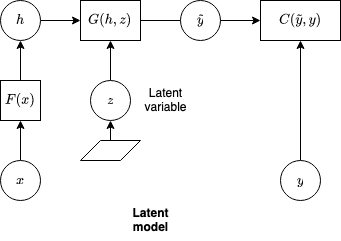
The draw.io diagram machine_learning/diagrams/latent_models.drawio.png in analytiq-hub/sigagent.github.io, before a commit. Source tidied: cells renumbered, new cells last; positions are measured from the earlier drawing's top-left corner, leaving out a move shared by most shapes.
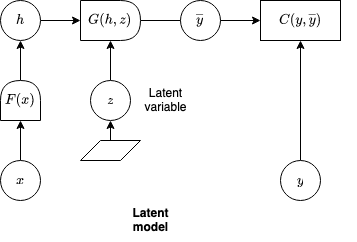
Later version of the same file.

Change to the diagram source:
```diff
@@ -2,8 +2,10 @@
   <root>
     <mxCell id="0" />
     <mxCell id="1" parent="0" />
-    <mxCell id="2" style="edgeStyle=orthogonalEdgeStyle;rounded=0;jettySize=auto;html=1;exitX=0.5;exitY=0;exitDx=0;exitDy=0;entryX=0.5;entryY=1;entryDx=0;entryDy=0;" parent="1" edge="1" source="3" target="9">
-      <mxGeometry relative="1" as="geometry" />
+    <mxCell id="2" style="edgeStyle=orthogonalEdgeStyle;rounded=0;jettySize=auto;html=1;exitX=0.5;exitY=0;exitDx=0;exitDy=0;entryX=0.5;entryY=1;entryDx=0;entryDy=0;" parent="1" edge="1" source="3">
+      <mxGeometry relative="1" as="geometry">
+        <mxPoint x="20" y="120" as="targetPoint" />
+      </mxGeometry>
     </mxCell>
     <mxCell id="3" value="$$x$$" style="ellipse;whiteSpace=wrap;html=1;" parent="1" vertex="1">
       <mxGeometry y="160" width="40" height="40" as="geometry" />
@@ -23,36 +25,38 @@
     <mxCell id="7" value="&lt;div&gt;&lt;b&gt;Latent&lt;/b&gt;&lt;/div&gt;&lt;div&gt;&lt;b&gt;model&lt;/b&gt;&lt;br&gt;&lt;/div&gt;" style="text;html=1;align=center;verticalAlign=middle;strokeColor=none;fillColor=none;" parent="1" vertex="1">
       <mxGeometry x="120" y="200" width="60" height="40" as="geometry" />
     </mxCell>
-    <mxCell id="8" style="edgeStyle=orthogonalEdgeStyle;rounded=0;jettySize=auto;html=1;exitX=0.5;exitY=0;exitDx=0;exitDy=0;entryX=0.5;entryY=1;entryDx=0;entryDy=0;" parent="1" edge="1" source="9" target="12">
-      <mxGeometry relative="1" as="geometry" />
+    <mxCell id="8" style="edgeStyle=orthogonalEdgeStyle;rounded=0;jettySize=auto;html=1;exitX=0.5;exitY=0;exitDx=0;exitDy=0;entryX=0.5;entryY=1;entryDx=0;entryDy=0;" parent="1" edge="1" target="12">
+      <mxGeometry relative="1" as="geometry">
+        <mxPoint x="20" y="80" as="sourcePoint" />
+      </mxGeometry>
     </mxCell>
-    <mxCell id="9" value="$$F(x)$$" style="rounded=0;whiteSpace=wrap;html=1;" parent="1" vertex="1">
-      <mxGeometry y="80" width="40" height="40" as="geometry" />
-    </mxCell>
-    <mxCell id="10" style="edgeStyle=orthogonalEdgeStyle;rounded=0;jettySize=auto;html=1;exitX=1;exitY=0.5;exitDx=0;exitDy=0;entryX=0;entryY=0.5;entryDx=0;entryDy=0;" parent="1" edge="1" source="17" target="14">
-      <mxGeometry relative="1" as="geometry" />
+    <mxCell id="10" style="edgeStyle=orthogonalEdgeStyle;rounded=0;jettySize=auto;html=1;exitX=1;exitY=0.5;exitDx=0;exitDy=0;entryX=0;entryY=0.5;entryDx=0;entryDy=0;" parent="1" edge="1" target="14">
+      <mxGeometry relative="1" as="geometry">
+        <mxPoint x="140" y="20" as="sourcePoint" />
+      </mxGeometry>
     </mxCell>
-    <mxCell id="11" style="edgeStyle=orthogonalEdgeStyle;rounded=0;jettySize=auto;html=1;exitX=1;exitY=0.5;exitDx=0;exitDy=0;" parent="1" edge="1" source="12" target="17">
-      <mxGeometry relative="1" as="geometry" />
+    <mxCell id="11" style="edgeStyle=orthogonalEdgeStyle;rounded=0;jettySize=auto;html=1;exitX=1;exitY=0.5;exitDx=0;exitDy=0;" parent="1" edge="1" source="12">
+      <mxGeometry relative="1" as="geometry">
+        <mxPoint x="80" y="20" as="targetPoint" />
+      </mxGeometry>
     </mxCell>
     <mxCell id="12" value="$$h$$" style="ellipse;whiteSpace=wrap;html=1;" parent="1" vertex="1">
       <mxGeometry width="40" height="40" as="geometry" />
     </mxCell>
-    <mxCell id="13" value="$$\tilde{y}$$" style="ellipse;whiteSpace=wrap;html=1;" parent="1" vertex="1">
+    <mxCell id="13" value="$$\overline{y}$$" style="ellipse;whiteSpace=wrap;html=1;" parent="1" vertex="1">
       <mxGeometry x="180" width="40" height="40" as="geometry" />
     </mxCell>
-    <mxCell id="14" value="$$C(\tilde{y},y)$$" style="rounded=0;whiteSpace=wrap;html=1;" parent="1" vertex="1">
+    <mxCell id="14" value="$$C(y,\overline{y})$$" style="rounded=0;whiteSpace=wrap;html=1;" parent="1" vertex="1">
       <mxGeometry x="260" width="80" height="40" as="geometry" />
     </mxCell>
-    <mxCell id="15" style="edgeStyle=orthogonalEdgeStyle;rounded=0;jettySize=auto;html=1;entryX=0.5;entryY=1;entryDx=0;entryDy=0;" parent="1" edge="1" source="16" target="17">
-      <mxGeometry relative="1" as="geometry" />
+    <mxCell id="15" style="edgeStyle=orthogonalEdgeStyle;rounded=0;jettySize=auto;html=1;entryX=0.5;entryY=1;entryDx=0;entryDy=0;" parent="1" edge="1" source="16">
+      <mxGeometry relative="1" as="geometry">
+        <mxPoint x="110" y="40" as="targetPoint" />
+      </mxGeometry>
     </mxCell>
     <mxCell id="16" value="&lt;div&gt;$$z$$&lt;/div&gt;" style="ellipse;whiteSpace=wrap;html=1;" parent="1" vertex="1">
       <mxGeometry x="90" y="80" width="40" height="40" as="geometry" />
     </mxCell>
-    <mxCell id="17" value="$$G(h,z)$$" style="rounded=0;whiteSpace=wrap;html=1;" parent="1" vertex="1">
-      <mxGeometry x="80" width="60" height="40" as="geometry" />
-    </mxCell>
     <mxCell id="18" style="edgeStyle=orthogonalEdgeStyle;rounded=0;jettySize=auto;html=1;exitX=0.5;exitY=0;exitDx=0;exitDy=0;entryX=0.5;entryY=1;entryDx=0;entryDy=0;" parent="1" edge="1" source="19" target="16">
       <mxGeometry relative="1" as="geometry" />
     </mxCell>
@@ -62,5 +66,11 @@
     <mxCell id="20" value="&lt;div&gt;Latent&lt;/div&gt;&lt;div&gt;variable&lt;br&gt;&lt;/div&gt;" style="text;html=1;align=center;verticalAlign=middle;strokeColor=none;fillColor=none;" parent="1" vertex="1">
       <mxGeometry x="130" y="80" width="70" height="40" as="geometry" />
     </mxCell>
+    <mxCell id="9" value="$$F(x)$$" style="shape=delay;whiteSpace=wrap;html=1;direction=north;" parent="1" vertex="1">
+      <mxGeometry y="80" width="40" height="40" as="geometry" />
+    </mxCell>
+    <mxCell id="17" value="$$G(h,z)$$" style="shape=delay;whiteSpace=wrap;html=1;direction=east;" parent="1" vertex="1">
+      <mxGeometry x="80" width="60" height="40" as="geometry" />
+    </mxCell>
   </root>
 </mxGraphModel>
```
